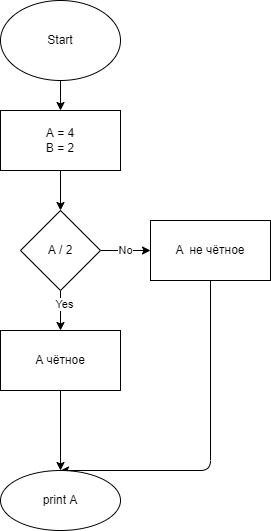
The draw.io diagram Lesson01/Task03/example.drawio.png in Gladun-D/Seminar1C, before a commit. Source tidied: cells renumbered, new cells last; positions are measured from the earlier drawing's top-left corner, leaving out a move shared by most shapes.
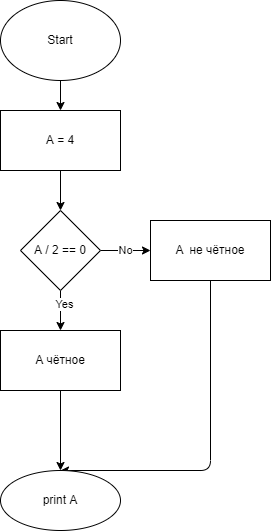
After the commit.

The edit, as a diff of the source:
```diff
@@ -11,7 +11,7 @@
     <mxCell id="4" style="edgeStyle=none;html=1;" parent="1" edge="1" source="5" target="9">
       <mxGeometry relative="1" as="geometry" />
     </mxCell>
-    <mxCell id="5" value="A = 4&lt;br&gt;B = 2" style="whiteSpace=wrap;html=1;" parent="1" vertex="1">
+    <mxCell id="5" value="A = 4&lt;br&gt;" style="whiteSpace=wrap;html=1;" parent="1" vertex="1">
       <mxGeometry y="110" width="120" height="60" as="geometry" />
     </mxCell>
     <mxCell id="6" value="No" style="edgeStyle=none;html=1;" parent="1" edge="1" source="9" target="11">
@@ -23,7 +23,7 @@
     <mxCell id="8" value="Yes" style="edgeLabel;html=1;align=center;verticalAlign=middle;" parent="7" vertex="1">
       <mxGeometry x="-0.36" y="3" relative="1" as="geometry" />
     </mxCell>
-    <mxCell id="9" value="A / 2" style="rhombus;whiteSpace=wrap;html=1;" parent="1" vertex="1">
+    <mxCell id="9" value="A / 2 == 0" style="rhombus;whiteSpace=wrap;html=1;" parent="1" vertex="1">
       <mxGeometry x="20" y="210" width="80" height="80" as="geometry" />
     </mxCell>
     <mxCell id="10" style="edgeStyle=elbowEdgeStyle;html=1;entryX=0.5;entryY=0;entryDx=0;entryDy=0;" parent="1" edge="1" source="11" target="14">
```
